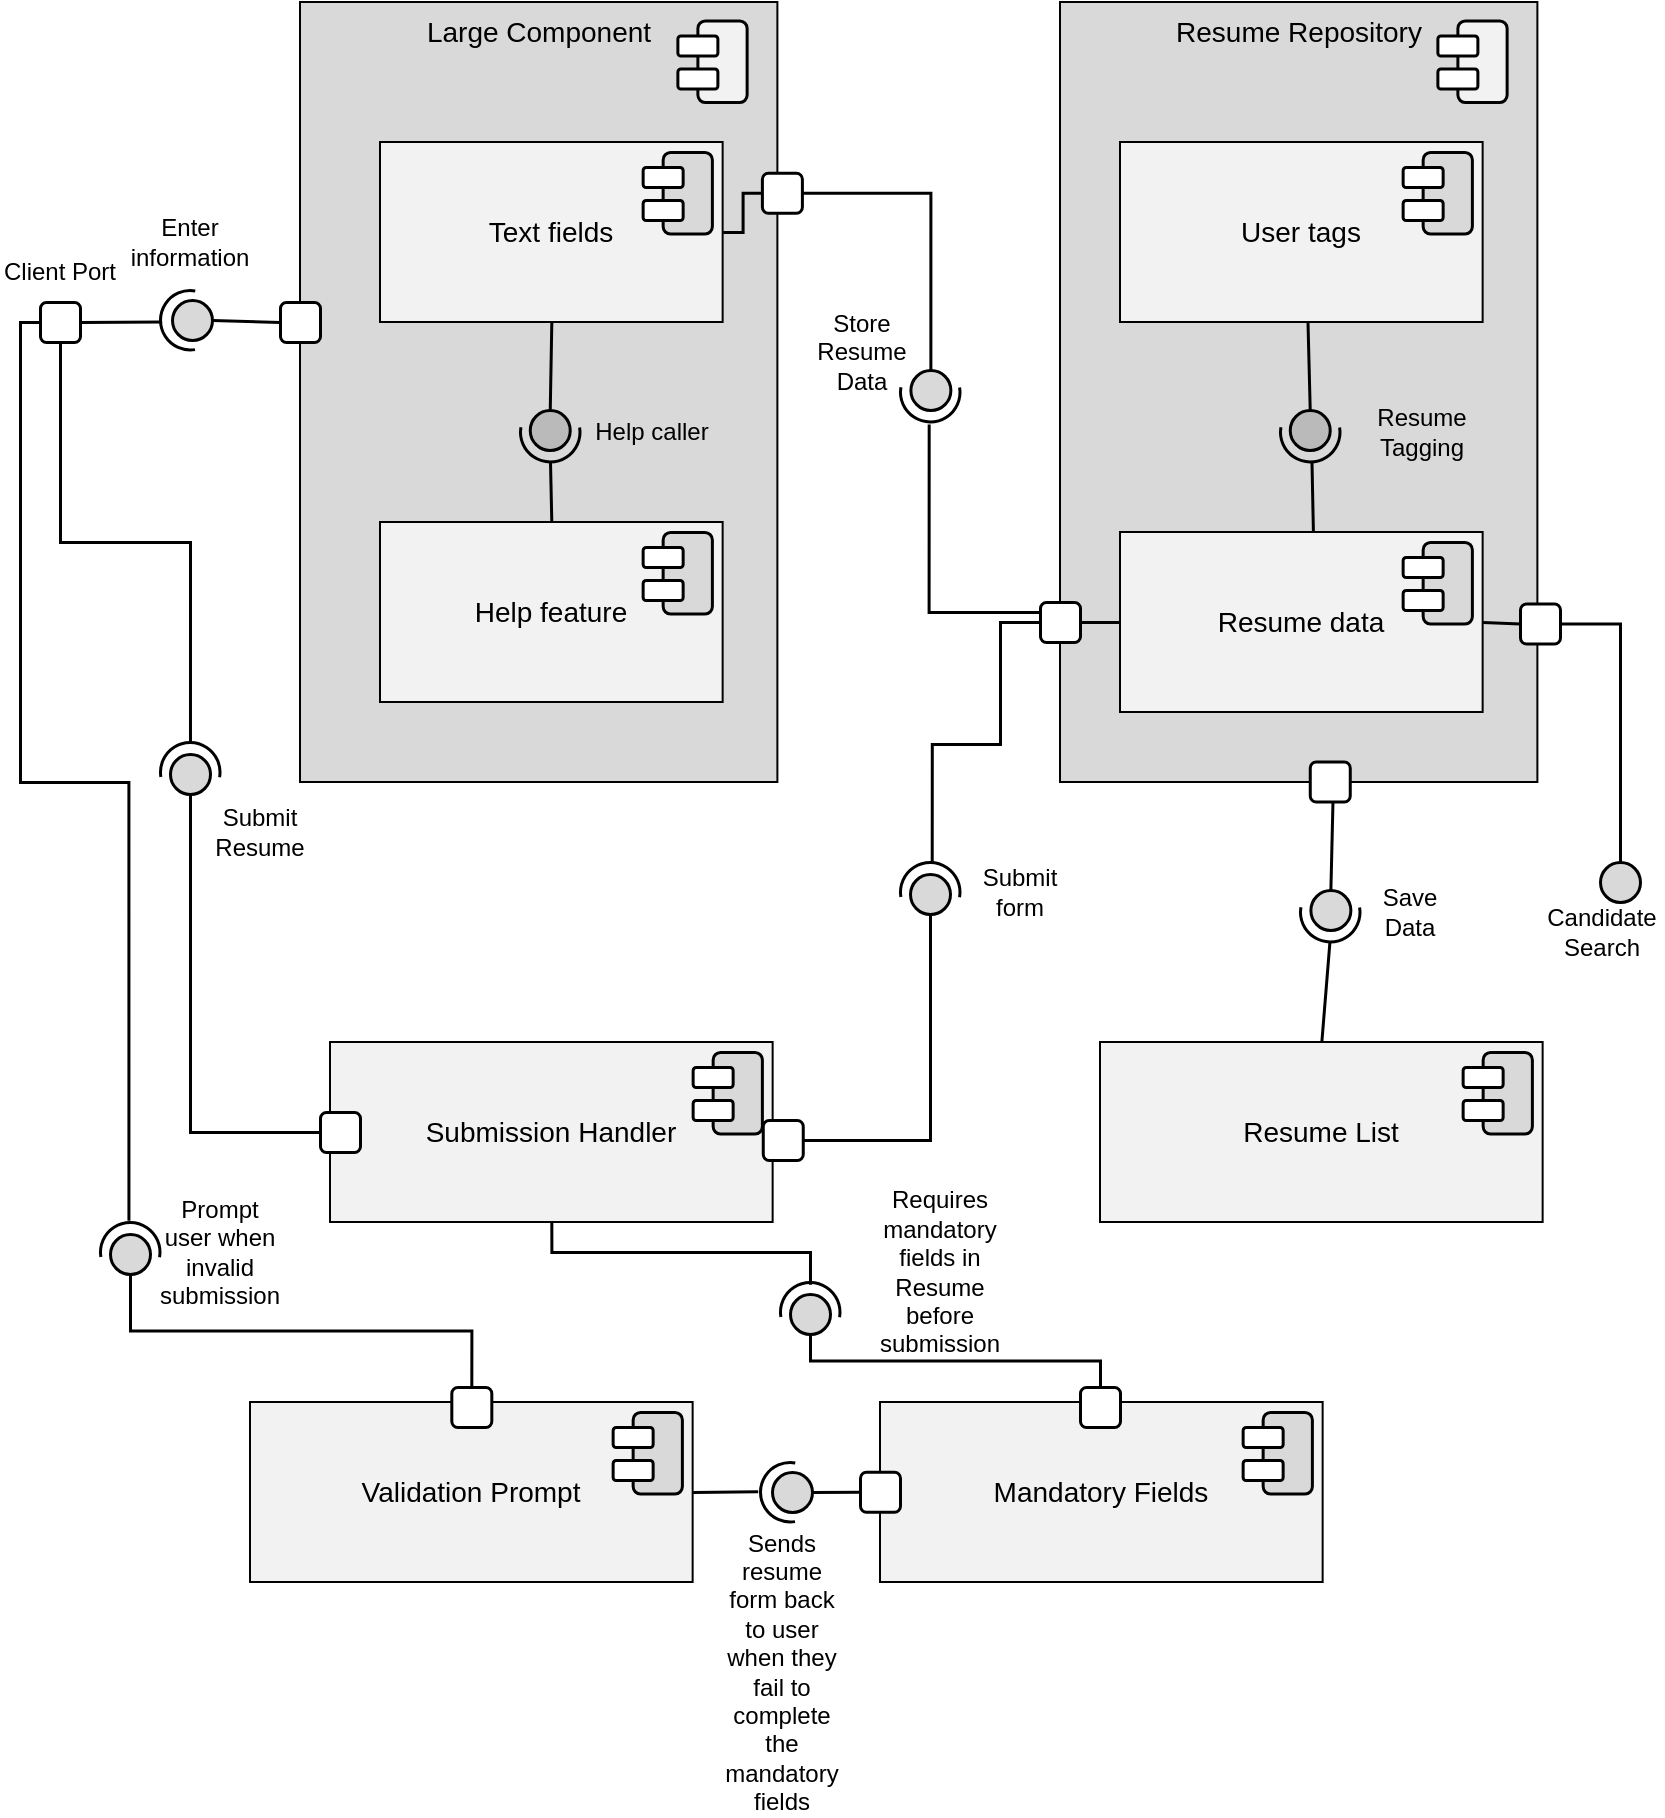
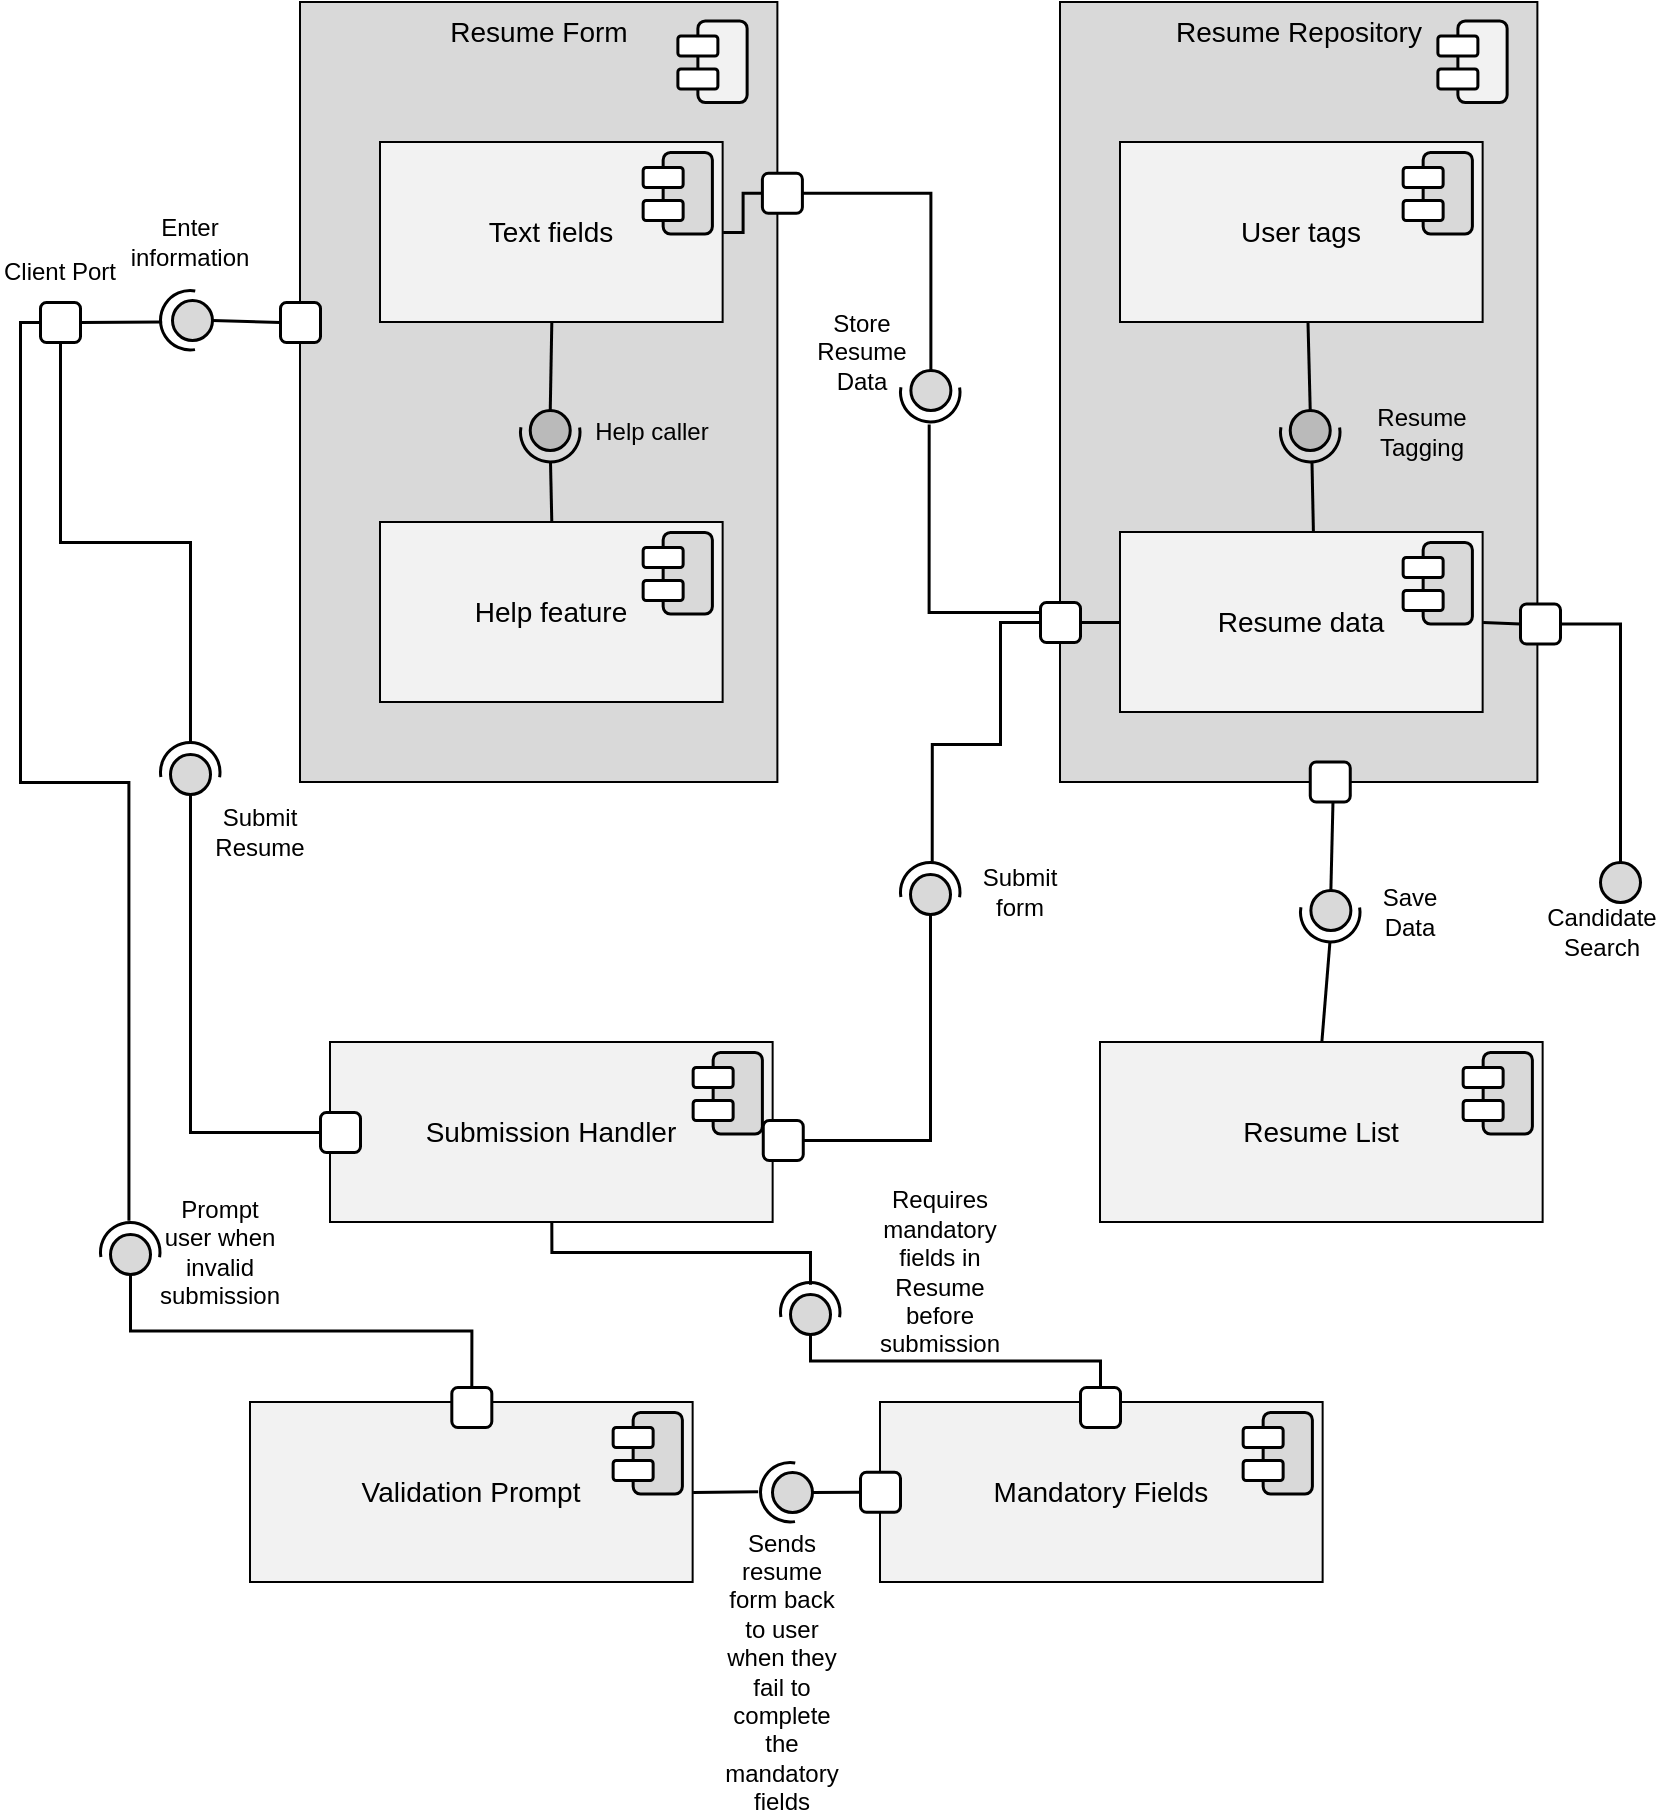
<mxfile host="app.diagrams.net">
  <diagram id="c1LMpkvrD27OmvZi3Pph" name="Resume v04">
-     <mxGraphModel dx="1542" dy="823" grid="1" gridSize="10" guides="1" tooltips="1" connect="1" arrows="1" fold="1" page="1" pageScale="1" pageWidth="850" pageHeight="1100" math="0" shadow="0">
+     <mxGraphModel dx="1542" dy="822" grid="1" gridSize="10" guides="1" tooltips="1" connect="1" arrows="1" fold="1" page="1" pageScale="1" pageWidth="850" pageHeight="1100" math="0" shadow="0">
      <root>
        <mxCell id="0" />
        <mxCell id="1" parent="0" />
-         <mxCell id="5U5C67nKqOTWsB8B-y2p-1" parent="1" style="rounded=0;whiteSpace=wrap;html=1;verticalAlign=top;labelBackgroundColor=none;fillColor=#D9D9D9;fontFamily=Arial;fontSize=14;" value="&lt;div&gt;&lt;font&gt;Large Component&lt;/font&gt;&lt;/div&gt;" vertex="1">
+         <mxCell id="5U5C67nKqOTWsB8B-y2p-1" parent="1" style="rounded=0;whiteSpace=wrap;html=1;verticalAlign=top;labelBackgroundColor=none;fillColor=#D9D9D9;fontFamily=Arial;fontSize=14;" value="Resume Form" vertex="1">
          <mxGeometry height="390" width="238.69" x="160" y="40" as="geometry" />
        </mxCell>
        <mxCell id="5U5C67nKqOTWsB8B-y2p-2" connectable="0" parent="1" style="group;rounded=1;" value="" vertex="1">
          <mxGeometry height="40.75" width="34.625" x="348.69000000000005" y="49.249999999999886" as="geometry" />
        </mxCell>
        <mxCell id="5U5C67nKqOTWsB8B-y2p-3" parent="5U5C67nKqOTWsB8B-y2p-2" style="rounded=1;whiteSpace=wrap;html=1;rotation=-90;strokeWidth=1.5;fillStyle=solid;fillColor=light-dark(#F2F2F2,#FFFFFF);" value="" vertex="1">
          <mxGeometry height="24.62" width="40.75" x="1.9399999999999977" y="8.064999999999998" as="geometry" />
        </mxCell>
        <mxCell id="5U5C67nKqOTWsB8B-y2p-4" parent="5U5C67nKqOTWsB8B-y2p-2" style="rounded=1;whiteSpace=wrap;html=1;strokeWidth=1.5;fillStyle=solid;fillColor=#FFFFFF;" value="" vertex="1">
          <mxGeometry height="10" width="20" y="7.4950000000000045" as="geometry" />
        </mxCell>
        <mxCell id="5U5C67nKqOTWsB8B-y2p-5" parent="5U5C67nKqOTWsB8B-y2p-2" style="rounded=1;whiteSpace=wrap;html=1;strokeWidth=1.5;fillStyle=solid;fillColor=#FFFFFF;" value="" vertex="1">
          <mxGeometry height="10" width="20" y="23.995000000000005" as="geometry" />
        </mxCell>
        <mxCell id="5U5C67nKqOTWsB8B-y2p-6" parent="1" style="rounded=0;whiteSpace=wrap;html=1;verticalAlign=top;labelBackgroundColor=none;fillColor=#D9D9D9;fontFamily=Arial;fontSize=14;" value="Resume Repository" vertex="1">
          <mxGeometry height="390" width="238.69" x="540" y="40" as="geometry" />
        </mxCell>
        <mxCell id="5U5C67nKqOTWsB8B-y2p-7" connectable="0" parent="1" style="group;rounded=1;" value="" vertex="1">
          <mxGeometry height="40.75" width="34.625" x="728.69" y="49.249999999999886" as="geometry" />
        </mxCell>
        <mxCell id="5U5C67nKqOTWsB8B-y2p-8" parent="5U5C67nKqOTWsB8B-y2p-7" style="rounded=1;whiteSpace=wrap;html=1;rotation=-90;strokeWidth=1.5;fillStyle=solid;fillColor=light-dark(#F2F2F2,#FFFFFF);" value="" vertex="1">
          <mxGeometry height="24.62" width="40.75" x="1.9399999999999977" y="8.064999999999998" as="geometry" />
        </mxCell>
        <mxCell id="5U5C67nKqOTWsB8B-y2p-9" parent="5U5C67nKqOTWsB8B-y2p-7" style="rounded=1;whiteSpace=wrap;html=1;strokeWidth=1.5;fillStyle=solid;fillColor=#FFFFFF;" value="" vertex="1">
          <mxGeometry height="10" width="20" y="7.4950000000000045" as="geometry" />
        </mxCell>
        <mxCell id="5U5C67nKqOTWsB8B-y2p-10" parent="5U5C67nKqOTWsB8B-y2p-7" style="rounded=1;whiteSpace=wrap;html=1;strokeWidth=1.5;fillStyle=solid;fillColor=#FFFFFF;" value="" vertex="1">
          <mxGeometry height="10" width="20" y="23.995000000000005" as="geometry" />
        </mxCell>
        <mxCell id="5U5C67nKqOTWsB8B-y2p-11" parent="1" style="rounded=0;whiteSpace=wrap;html=1;verticalAlign=middle;labelBackgroundColor=none;fillColor=#F2F2F2;fontFamily=Arial;fontSize=14;align=center;spacingLeft=0;" value="Text fields" vertex="1">
          <mxGeometry height="90" width="171.32" x="200" y="110" as="geometry" />
        </mxCell>
        <mxCell id="5U5C67nKqOTWsB8B-y2p-12" connectable="0" parent="1" style="group;rounded=1;" value="" vertex="1">
          <mxGeometry height="40.75" width="34.62500000000006" x="331.31999999999994" y="115" as="geometry" />
        </mxCell>
        <mxCell id="5U5C67nKqOTWsB8B-y2p-13" parent="5U5C67nKqOTWsB8B-y2p-12" style="rounded=1;whiteSpace=wrap;html=1;rotation=-90;strokeWidth=1.5;fillStyle=solid;fillColor=light-dark(#D9D9D9,#FFFFFF);" value="" vertex="1">
          <mxGeometry height="24.62" width="40.75" x="1.9399999999999977" y="8.065000000000055" as="geometry" />
        </mxCell>
        <mxCell id="5U5C67nKqOTWsB8B-y2p-14" parent="5U5C67nKqOTWsB8B-y2p-12" style="rounded=1;whiteSpace=wrap;html=1;strokeWidth=1.5;fillStyle=solid;fillColor=#FFFFFF;" value="" vertex="1">
          <mxGeometry height="10" width="20" y="7.4950000000000045" as="geometry" />
        </mxCell>
        <mxCell id="5U5C67nKqOTWsB8B-y2p-15" parent="5U5C67nKqOTWsB8B-y2p-12" style="rounded=1;whiteSpace=wrap;html=1;strokeWidth=1.5;fillStyle=solid;fillColor=#FFFFFF;" value="" vertex="1">
          <mxGeometry height="10" width="20" y="23.995000000000005" as="geometry" />
        </mxCell>
        <mxCell id="5U5C67nKqOTWsB8B-y2p-16" parent="1" style="rounded=0;whiteSpace=wrap;html=1;verticalAlign=middle;labelBackgroundColor=none;fillColor=#F2F2F2;fontFamily=Arial;fontSize=14;align=center;spacingLeft=0;" value="Help feature" vertex="1">
          <mxGeometry height="90" width="171.32" x="200" y="300" as="geometry" />
        </mxCell>
        <mxCell id="5U5C67nKqOTWsB8B-y2p-17" connectable="0" parent="1" style="group;rounded=1;" value="" vertex="1">
          <mxGeometry height="40.75" width="34.62500000000006" x="331.31999999999994" y="305" as="geometry" />
        </mxCell>
        <mxCell id="5U5C67nKqOTWsB8B-y2p-18" parent="5U5C67nKqOTWsB8B-y2p-17" style="rounded=1;whiteSpace=wrap;html=1;rotation=-90;strokeWidth=1.5;fillStyle=solid;fillColor=light-dark(#D9D9D9,#FFFFFF);" value="" vertex="1">
          <mxGeometry height="24.62" width="40.75" x="1.9399999999999977" y="8.065000000000055" as="geometry" />
        </mxCell>
        <mxCell id="5U5C67nKqOTWsB8B-y2p-19" parent="5U5C67nKqOTWsB8B-y2p-17" style="rounded=1;whiteSpace=wrap;html=1;strokeWidth=1.5;fillStyle=solid;fillColor=#FFFFFF;" value="" vertex="1">
          <mxGeometry height="10" width="20" y="7.4950000000000045" as="geometry" />
        </mxCell>
        <mxCell id="5U5C67nKqOTWsB8B-y2p-20" parent="5U5C67nKqOTWsB8B-y2p-17" style="rounded=1;whiteSpace=wrap;html=1;strokeWidth=1.5;fillStyle=solid;fillColor=#FFFFFF;" value="" vertex="1">
          <mxGeometry height="10" width="20" y="23.995000000000005" as="geometry" />
        </mxCell>
        <mxCell id="5U5C67nKqOTWsB8B-y2p-21" parent="1" style="rounded=0;whiteSpace=wrap;html=1;verticalAlign=middle;labelBackgroundColor=none;fillColor=#F2F2F2;fontFamily=Arial;fontSize=14;align=center;spacingLeft=0;" value="User tags" vertex="1">
          <mxGeometry height="90" width="181.32" x="570" y="110" as="geometry" />
        </mxCell>
        <mxCell id="5U5C67nKqOTWsB8B-y2p-22" connectable="0" parent="1" style="group;rounded=1;" value="" vertex="1">
          <mxGeometry height="40.75" width="34.62500000000006" x="711.3199999999999" y="115" as="geometry" />
        </mxCell>
        <mxCell id="5U5C67nKqOTWsB8B-y2p-23" parent="5U5C67nKqOTWsB8B-y2p-22" style="rounded=1;whiteSpace=wrap;html=1;rotation=-90;strokeWidth=1.5;fillStyle=solid;fillColor=light-dark(#D9D9D9,#FFFFFF);" value="" vertex="1">
          <mxGeometry height="24.62" width="40.75" x="1.9399999999999977" y="8.065000000000055" as="geometry" />
        </mxCell>
        <mxCell id="5U5C67nKqOTWsB8B-y2p-24" parent="5U5C67nKqOTWsB8B-y2p-22" style="rounded=1;whiteSpace=wrap;html=1;strokeWidth=1.5;fillStyle=solid;fillColor=#FFFFFF;" value="" vertex="1">
          <mxGeometry height="10" width="20" y="7.4950000000000045" as="geometry" />
        </mxCell>
        <mxCell id="5U5C67nKqOTWsB8B-y2p-25" parent="5U5C67nKqOTWsB8B-y2p-22" style="rounded=1;whiteSpace=wrap;html=1;strokeWidth=1.5;fillStyle=solid;fillColor=#FFFFFF;" value="" vertex="1">
          <mxGeometry height="10" width="20" y="23.995000000000005" as="geometry" />
        </mxCell>
        <mxCell id="5U5C67nKqOTWsB8B-y2p-26" parent="1" style="rounded=0;whiteSpace=wrap;html=1;verticalAlign=middle;labelBackgroundColor=none;fillColor=#F2F2F2;fontFamily=Arial;fontSize=14;align=center;spacingLeft=0;" value="Resume data" vertex="1">
          <mxGeometry height="90" width="181.32" x="570" y="305" as="geometry" />
        </mxCell>
        <mxCell id="5U5C67nKqOTWsB8B-y2p-27" connectable="0" parent="1" style="group;rounded=1;" value="" vertex="1">
          <mxGeometry height="40.75" width="34.62500000000006" x="711.3199999999999" y="310" as="geometry" />
        </mxCell>
        <mxCell id="5U5C67nKqOTWsB8B-y2p-28" parent="5U5C67nKqOTWsB8B-y2p-27" style="rounded=1;whiteSpace=wrap;html=1;rotation=-90;strokeWidth=1.5;fillStyle=solid;fillColor=light-dark(#D9D9D9,#FFFFFF);" value="" vertex="1">
          <mxGeometry height="24.62" width="40.75" x="1.9399999999999977" y="8.065000000000055" as="geometry" />
        </mxCell>
        <mxCell id="5U5C67nKqOTWsB8B-y2p-29" parent="5U5C67nKqOTWsB8B-y2p-27" style="rounded=1;whiteSpace=wrap;html=1;strokeWidth=1.5;fillStyle=solid;fillColor=#FFFFFF;" value="" vertex="1">
          <mxGeometry height="10" width="20" y="7.4950000000000045" as="geometry" />
        </mxCell>
        <mxCell id="5U5C67nKqOTWsB8B-y2p-30" parent="5U5C67nKqOTWsB8B-y2p-27" style="rounded=1;whiteSpace=wrap;html=1;strokeWidth=1.5;fillStyle=solid;fillColor=#FFFFFF;" value="" vertex="1">
          <mxGeometry height="10" width="20" y="23.995000000000005" as="geometry" />
        </mxCell>
        <mxCell id="5U5C67nKqOTWsB8B-y2p-31" parent="1" style="rounded=0;whiteSpace=wrap;html=1;verticalAlign=middle;labelBackgroundColor=none;fillColor=#F2F2F2;fontFamily=Arial;fontSize=14;align=center;spacingLeft=0;" value="Resume List" vertex="1">
          <mxGeometry height="90" width="221.32" x="560" y="560" as="geometry" />
        </mxCell>
        <mxCell id="5U5C67nKqOTWsB8B-y2p-32" connectable="0" parent="1" style="group;rounded=1;" value="" vertex="1">
          <mxGeometry height="40.75" width="34.62500000000006" x="741.3199999999999" y="565" as="geometry" />
        </mxCell>
        <mxCell id="5U5C67nKqOTWsB8B-y2p-33" parent="5U5C67nKqOTWsB8B-y2p-32" style="rounded=1;whiteSpace=wrap;html=1;rotation=-90;strokeWidth=1.5;fillStyle=solid;fillColor=light-dark(#D9D9D9,#FFFFFF);" value="" vertex="1">
          <mxGeometry height="24.62" width="40.75" x="1.9399999999999977" y="8.065000000000055" as="geometry" />
        </mxCell>
        <mxCell id="5U5C67nKqOTWsB8B-y2p-34" parent="5U5C67nKqOTWsB8B-y2p-32" style="rounded=1;whiteSpace=wrap;html=1;strokeWidth=1.5;fillStyle=solid;fillColor=#FFFFFF;" value="" vertex="1">
          <mxGeometry height="10" width="20" y="7.4950000000000045" as="geometry" />
        </mxCell>
        <mxCell id="5U5C67nKqOTWsB8B-y2p-35" parent="5U5C67nKqOTWsB8B-y2p-32" style="rounded=1;whiteSpace=wrap;html=1;strokeWidth=1.5;fillStyle=solid;fillColor=#FFFFFF;" value="" vertex="1">
          <mxGeometry height="10" width="20" y="23.995000000000005" as="geometry" />
        </mxCell>
        <mxCell id="5U5C67nKqOTWsB8B-y2p-36" parent="1" style="rounded=0;whiteSpace=wrap;html=1;verticalAlign=middle;labelBackgroundColor=none;fillColor=#F2F2F2;fontFamily=Arial;fontSize=14;align=center;spacingLeft=0;" value="Submission Handler" vertex="1">
          <mxGeometry height="90" width="221.32" x="175" y="560" as="geometry" />
        </mxCell>
        <mxCell id="5U5C67nKqOTWsB8B-y2p-37" connectable="0" parent="1" style="group;rounded=1;" value="" vertex="1">
          <mxGeometry height="40.75" width="34.62500000000006" x="356.31999999999994" y="565" as="geometry" />
        </mxCell>
        <mxCell id="5U5C67nKqOTWsB8B-y2p-38" parent="5U5C67nKqOTWsB8B-y2p-37" style="rounded=1;whiteSpace=wrap;html=1;rotation=-90;strokeWidth=1.5;fillStyle=solid;fillColor=light-dark(#D9D9D9,#FFFFFF);" value="" vertex="1">
          <mxGeometry height="24.62" width="40.75" x="1.9399999999999977" y="8.065000000000055" as="geometry" />
        </mxCell>
        <mxCell id="5U5C67nKqOTWsB8B-y2p-39" parent="5U5C67nKqOTWsB8B-y2p-37" style="rounded=1;whiteSpace=wrap;html=1;strokeWidth=1.5;fillStyle=solid;fillColor=#FFFFFF;" value="" vertex="1">
          <mxGeometry height="10" width="20" y="7.4950000000000045" as="geometry" />
        </mxCell>
        <mxCell id="5U5C67nKqOTWsB8B-y2p-40" parent="5U5C67nKqOTWsB8B-y2p-37" style="rounded=1;whiteSpace=wrap;html=1;strokeWidth=1.5;fillStyle=solid;fillColor=#FFFFFF;" value="" vertex="1">
          <mxGeometry height="10" width="20" y="23.995000000000005" as="geometry" />
        </mxCell>
        <mxCell id="5U5C67nKqOTWsB8B-y2p-41" parent="1" style="rounded=0;whiteSpace=wrap;html=1;verticalAlign=middle;labelBackgroundColor=none;fillColor=#F2F2F2;fontFamily=Arial;fontSize=14;align=center;spacingLeft=0;" value="Mandatory Fields" vertex="1">
          <mxGeometry height="90" width="221.32" x="450" y="740" as="geometry" />
        </mxCell>
        <mxCell id="5U5C67nKqOTWsB8B-y2p-42" connectable="0" parent="1" style="group;rounded=1;" value="" vertex="1">
          <mxGeometry height="40.75" width="34.62500000000006" x="631.3199999999999" y="745" as="geometry" />
        </mxCell>
        <mxCell id="5U5C67nKqOTWsB8B-y2p-43" parent="5U5C67nKqOTWsB8B-y2p-42" style="rounded=1;whiteSpace=wrap;html=1;rotation=-90;strokeWidth=1.5;fillStyle=solid;fillColor=light-dark(#D9D9D9,#FFFFFF);" value="" vertex="1">
          <mxGeometry height="24.62" width="40.75" x="1.9399999999999977" y="8.065000000000055" as="geometry" />
        </mxCell>
        <mxCell id="5U5C67nKqOTWsB8B-y2p-44" parent="5U5C67nKqOTWsB8B-y2p-42" style="rounded=1;whiteSpace=wrap;html=1;strokeWidth=1.5;fillStyle=solid;fillColor=#FFFFFF;" value="" vertex="1">
          <mxGeometry height="10" width="20" y="7.4950000000000045" as="geometry" />
        </mxCell>
        <mxCell id="5U5C67nKqOTWsB8B-y2p-45" parent="5U5C67nKqOTWsB8B-y2p-42" style="rounded=1;whiteSpace=wrap;html=1;strokeWidth=1.5;fillStyle=solid;fillColor=#FFFFFF;" value="" vertex="1">
          <mxGeometry height="10" width="20" y="23.995000000000005" as="geometry" />
        </mxCell>
        <mxCell id="5U5C67nKqOTWsB8B-y2p-46" parent="1" style="rounded=0;whiteSpace=wrap;html=1;verticalAlign=middle;labelBackgroundColor=none;fillColor=#F2F2F2;fontFamily=Arial;fontSize=14;align=center;spacingLeft=0;" value="Validation Prompt" vertex="1">
          <mxGeometry height="90" width="221.32" x="135" y="740" as="geometry" />
        </mxCell>
        <mxCell id="5U5C67nKqOTWsB8B-y2p-47" connectable="0" parent="1" style="group;rounded=1;" value="" vertex="1">
          <mxGeometry height="40.75" width="34.62500000000006" x="316.31999999999994" y="745" as="geometry" />
        </mxCell>
        <mxCell id="5U5C67nKqOTWsB8B-y2p-48" parent="5U5C67nKqOTWsB8B-y2p-47" style="rounded=1;whiteSpace=wrap;html=1;rotation=-90;strokeWidth=1.5;fillStyle=solid;fillColor=light-dark(#D9D9D9,#FFFFFF);" value="" vertex="1">
          <mxGeometry height="24.62" width="40.75" x="1.9399999999999977" y="8.065000000000055" as="geometry" />
        </mxCell>
        <mxCell id="5U5C67nKqOTWsB8B-y2p-49" parent="5U5C67nKqOTWsB8B-y2p-47" style="rounded=1;whiteSpace=wrap;html=1;strokeWidth=1.5;fillStyle=solid;fillColor=#FFFFFF;" value="" vertex="1">
          <mxGeometry height="10" width="20" y="7.4950000000000045" as="geometry" />
        </mxCell>
        <mxCell id="5U5C67nKqOTWsB8B-y2p-50" parent="5U5C67nKqOTWsB8B-y2p-47" style="rounded=1;whiteSpace=wrap;html=1;strokeWidth=1.5;fillStyle=solid;fillColor=#FFFFFF;" value="" vertex="1">
          <mxGeometry height="10" width="20" y="23.995000000000005" as="geometry" />
        </mxCell>
        <mxCell id="5U5C67nKqOTWsB8B-y2p-51" parent="1" style="whiteSpace=wrap;html=1;aspect=fixed;strokeWidth=1.5;fillColor=#FFFFFF;rounded=1;" value="" vertex="1">
          <mxGeometry height="20" width="20" x="30" y="190" as="geometry" />
        </mxCell>
        <mxCell id="5U5C67nKqOTWsB8B-y2p-52" parent="1" style="whiteSpace=wrap;html=1;aspect=fixed;strokeWidth=1.5;fillColor=#FFFFFF;rounded=1;" value="" vertex="1">
          <mxGeometry height="20" width="20" x="150" y="190" as="geometry" />
        </mxCell>
        <mxCell id="5U5C67nKqOTWsB8B-y2p-54" connectable="0" parent="1" style="group;rotation=90;" value="" vertex="1">
          <mxGeometry height="29.75" width="29.75" x="90.00000000000011" y="184" as="geometry" />
        </mxCell>
        <mxCell id="5U5C67nKqOTWsB8B-y2p-55" parent="5U5C67nKqOTWsB8B-y2p-54" style="ellipse;whiteSpace=wrap;html=1;aspect=fixed;strokeWidth=1.5;fillStyle=solid;fillColor=#D9D9D9;rounded=1;rotation=90;" value="" vertex="1">
          <mxGeometry height="20" width="20" x="6" y="5" as="geometry" />
        </mxCell>
        <mxCell id="5U5C67nKqOTWsB8B-y2p-56" parent="5U5C67nKqOTWsB8B-y2p-54" style="verticalLabelPosition=bottom;verticalAlign=top;html=1;shape=mxgraph.basic.arc;startAngle=0.22449849456214957;endAngle=0.7768001258780505;rounded=1;strokeWidth=1.5;snapToPoint=1;rotation=90;" value="" vertex="1">
          <mxGeometry height="29.75" width="29.75" as="geometry" />
        </mxCell>
        <mxCell id="5U5C67nKqOTWsB8B-y2p-57" edge="1" parent="1" source="5U5C67nKqOTWsB8B-y2p-55" style="endArrow=none;html=1;rounded=0;fontSize=1.5;strokeWidth=1.5;entryX=0;entryY=0.5;entryDx=0;entryDy=0;exitX=0.5;exitY=0;exitDx=0;exitDy=0;" target="5U5C67nKqOTWsB8B-y2p-52" value="">
          <mxGeometry height="50" relative="1" width="50" as="geometry">
            <mxPoint x="390" y="439.75" as="sourcePoint" />
            <mxPoint x="470" y="370" as="targetPoint" />
          </mxGeometry>
        </mxCell>
        <mxCell id="5U5C67nKqOTWsB8B-y2p-58" edge="1" parent="1" source="5U5C67nKqOTWsB8B-y2p-51" style="endArrow=none;html=1;rounded=0;fontSize=1.5;strokeWidth=1.5;entryX=0.531;entryY=0.973;entryDx=0;entryDy=0;entryPerimeter=0;exitX=1;exitY=0.5;exitDx=0;exitDy=0;" target="5U5C67nKqOTWsB8B-y2p-56" value="">
          <mxGeometry height="50" relative="1" width="50" as="geometry">
            <mxPoint x="390" y="439.75" as="sourcePoint" />
            <mxPoint x="470" y="370" as="targetPoint" />
          </mxGeometry>
        </mxCell>
        <mxCell id="5U5C67nKqOTWsB8B-y2p-59" connectable="0" parent="1" style="group" value="" vertex="1">
          <mxGeometry height="29.75" width="29.75" x="270" y="240" as="geometry" />
        </mxCell>
        <mxCell id="5U5C67nKqOTWsB8B-y2p-60" parent="5U5C67nKqOTWsB8B-y2p-59" style="ellipse;whiteSpace=wrap;html=1;aspect=fixed;strokeWidth=1.5;fillStyle=solid;fillColor=#BABABA;rounded=1;" value="" vertex="1">
          <mxGeometry height="20" width="20" x="4.869999999999891" y="4" as="geometry" />
        </mxCell>
        <mxCell id="5U5C67nKqOTWsB8B-y2p-61" parent="5U5C67nKqOTWsB8B-y2p-59" style="verticalLabelPosition=bottom;verticalAlign=top;html=1;shape=mxgraph.basic.arc;startAngle=0.22449849456214957;endAngle=0.7768001258780505;rounded=1;strokeWidth=1.5;snapToPoint=1;" value="" vertex="1">
          <mxGeometry height="29.75" width="29.75" as="geometry" />
        </mxCell>
        <mxCell id="5U5C67nKqOTWsB8B-y2p-62" edge="1" parent="1" source="5U5C67nKqOTWsB8B-y2p-11" style="endArrow=none;html=1;rounded=0;fontSize=1.5;strokeWidth=1.5;entryX=0.5;entryY=0;entryDx=0;entryDy=0;exitX=0.5;exitY=1;exitDx=0;exitDy=0;" target="5U5C67nKqOTWsB8B-y2p-60" value="">
          <mxGeometry height="50" relative="1" width="50" as="geometry">
            <mxPoint x="390" y="439.75" as="sourcePoint" />
            <mxPoint x="470" y="370" as="targetPoint" />
          </mxGeometry>
        </mxCell>
        <mxCell id="5U5C67nKqOTWsB8B-y2p-63" edge="1" parent="1" source="5U5C67nKqOTWsB8B-y2p-16" style="endArrow=none;html=1;rounded=0;fontSize=1.5;strokeWidth=1.5;exitX=0.5;exitY=0;exitDx=0;exitDy=0;" value="">
          <mxGeometry height="50" relative="1" width="50" as="geometry">
            <mxPoint x="390" y="439.75" as="sourcePoint" />
            <mxPoint x="285" y="270" as="targetPoint" />
          </mxGeometry>
        </mxCell>
        <mxCell id="5U5C67nKqOTWsB8B-y2p-64" connectable="0" parent="1" style="group" value="" vertex="1">
          <mxGeometry height="29.75" width="29.75" x="650" y="240" as="geometry" />
        </mxCell>
        <mxCell id="5U5C67nKqOTWsB8B-y2p-65" parent="5U5C67nKqOTWsB8B-y2p-64" style="ellipse;whiteSpace=wrap;html=1;aspect=fixed;strokeWidth=1.5;fillStyle=solid;fillColor=#BABABA;rounded=1;" value="" vertex="1">
          <mxGeometry height="20" width="20" x="4.869999999999891" y="4" as="geometry" />
        </mxCell>
        <mxCell id="5U5C67nKqOTWsB8B-y2p-66" parent="5U5C67nKqOTWsB8B-y2p-64" style="verticalLabelPosition=bottom;verticalAlign=top;html=1;shape=mxgraph.basic.arc;startAngle=0.22449849456214957;endAngle=0.7768001258780505;rounded=1;strokeWidth=1.5;snapToPoint=1;" value="" vertex="1">
          <mxGeometry height="29.75" width="29.75" as="geometry" />
        </mxCell>
        <mxCell id="5U5C67nKqOTWsB8B-y2p-67" edge="1" parent="1" source="5U5C67nKqOTWsB8B-y2p-21" style="endArrow=none;html=1;rounded=0;fontSize=1.5;strokeWidth=1.5;entryX=0.5;entryY=0;entryDx=0;entryDy=0;exitX=0.517;exitY=0.997;exitDx=0;exitDy=0;exitPerimeter=0;" target="5U5C67nKqOTWsB8B-y2p-65" value="">
          <mxGeometry height="50" relative="1" width="50" as="geometry">
            <mxPoint x="70" y="379.75" as="sourcePoint" />
            <mxPoint x="150" y="310" as="targetPoint" />
          </mxGeometry>
        </mxCell>
        <mxCell id="5U5C67nKqOTWsB8B-y2p-68" edge="1" parent="1" source="5U5C67nKqOTWsB8B-y2p-26" style="endArrow=none;html=1;rounded=0;fontSize=1.5;strokeWidth=1.5;entryX=0.529;entryY=0.993;entryDx=0;entryDy=0;entryPerimeter=0;exitX=0.532;exitY=0.001;exitDx=0;exitDy=0;exitPerimeter=0;" target="5U5C67nKqOTWsB8B-y2p-66" value="">
          <mxGeometry height="50" relative="1" width="50" as="geometry">
            <mxPoint x="480" y="309.75" as="sourcePoint" />
            <mxPoint x="560" y="240" as="targetPoint" />
          </mxGeometry>
        </mxCell>
        <mxCell id="5U5C67nKqOTWsB8B-y2p-69" parent="1" style="text;html=1;whiteSpace=wrap;strokeColor=none;fillColor=none;align=center;verticalAlign=middle;rounded=0;fontFamily=Arial;" value="Help caller" vertex="1">
          <mxGeometry height="30" width="60" x="305.94000000000005" y="239.75" as="geometry" />
        </mxCell>
        <mxCell id="5U5C67nKqOTWsB8B-y2p-70" parent="1" style="text;html=1;whiteSpace=wrap;strokeColor=none;fillColor=none;align=center;verticalAlign=middle;rounded=0;fontFamily=Arial;" value="Resume Tagging" vertex="1">
          <mxGeometry height="30" width="60" x="691.32" y="239.75" as="geometry" />
        </mxCell>
        <mxCell id="5U5C67nKqOTWsB8B-y2p-71" connectable="0" parent="1" style="group" value="" vertex="1">
          <mxGeometry height="29.75" width="29.75" x="460.0000000000001" y="220" as="geometry" />
        </mxCell>
        <mxCell id="5U5C67nKqOTWsB8B-y2p-72" parent="5U5C67nKqOTWsB8B-y2p-71" style="ellipse;whiteSpace=wrap;html=1;aspect=fixed;strokeWidth=1.5;fillStyle=solid;fillColor=#D9D9D9;rounded=1;" value="" vertex="1">
          <mxGeometry height="20" width="20" x="5.189999999999998" y="4" as="geometry" />
        </mxCell>
        <mxCell id="5U5C67nKqOTWsB8B-y2p-73" parent="5U5C67nKqOTWsB8B-y2p-71" style="verticalLabelPosition=bottom;verticalAlign=top;html=1;shape=mxgraph.basic.arc;startAngle=0.22449849456214957;endAngle=0.7768001258780505;rounded=1;strokeWidth=1.5;snapToPoint=1;" value="" vertex="1">
          <mxGeometry height="29.75" width="29.75" as="geometry" />
        </mxCell>
        <mxCell id="5U5C67nKqOTWsB8B-y2p-75" parent="1" style="whiteSpace=wrap;html=1;aspect=fixed;strokeWidth=1.5;fillColor=#FFFFFF;rounded=1;" value="" vertex="1">
          <mxGeometry height="20" width="20" x="390.95" y="125.37" as="geometry" />
        </mxCell>
        <mxCell id="5U5C67nKqOTWsB8B-y2p-76" edge="1" parent="1" source="5U5C67nKqOTWsB8B-y2p-72" style="endArrow=none;html=1;rounded=0;fontSize=1.5;strokeWidth=1.5;exitX=0.5;exitY=0;exitDx=0;exitDy=0;entryX=1;entryY=0.5;entryDx=0;entryDy=0;edgeStyle=orthogonalEdgeStyle;" target="5U5C67nKqOTWsB8B-y2p-75" value="">
          <mxGeometry height="50" relative="1" width="50" as="geometry">
            <mxPoint x="580" y="259.75" as="sourcePoint" />
            <mxPoint x="660" y="190" as="targetPoint" />
          </mxGeometry>
        </mxCell>
        <mxCell id="5U5C67nKqOTWsB8B-y2p-77" edge="1" parent="1" source="5U5C67nKqOTWsB8B-y2p-11" style="endArrow=none;html=1;rounded=0;fontSize=1.5;strokeWidth=1.5;entryX=0;entryY=0.5;entryDx=0;entryDy=0;exitX=1;exitY=0.5;exitDx=0;exitDy=0;edgeStyle=orthogonalEdgeStyle;" target="5U5C67nKqOTWsB8B-y2p-75" value="">
          <mxGeometry height="50" relative="1" width="50" as="geometry">
            <mxPoint x="580" y="259.75" as="sourcePoint" />
            <mxPoint x="660" y="190" as="targetPoint" />
          </mxGeometry>
        </mxCell>
        <mxCell id="5U5C67nKqOTWsB8B-y2p-78" parent="1" style="whiteSpace=wrap;html=1;aspect=fixed;strokeWidth=1.5;fillColor=#FFFFFF;rounded=1;" value="" vertex="1">
          <mxGeometry height="20" width="20" x="530" y="340" as="geometry" />
        </mxCell>
        <mxCell id="5U5C67nKqOTWsB8B-y2p-79" edge="1" parent="1" source="5U5C67nKqOTWsB8B-y2p-78" style="endArrow=none;html=1;rounded=0;fontSize=1.5;strokeWidth=1.5;entryX=0.482;entryY=1.042;entryDx=0;entryDy=0;entryPerimeter=0;exitX=0;exitY=0.25;exitDx=0;exitDy=0;edgeStyle=orthogonalEdgeStyle;" target="5U5C67nKqOTWsB8B-y2p-73" value="">
          <mxGeometry height="50" relative="1" width="50" as="geometry">
            <mxPoint x="710" y="249.75" as="sourcePoint" />
            <mxPoint x="790" y="180" as="targetPoint" />
          </mxGeometry>
        </mxCell>
        <mxCell id="5U5C67nKqOTWsB8B-y2p-80" edge="1" parent="1" source="5U5C67nKqOTWsB8B-y2p-78" style="endArrow=none;html=1;rounded=0;fontSize=1.5;strokeWidth=1.5;exitX=1;exitY=0.5;exitDx=0;exitDy=0;entryX=0;entryY=0.5;entryDx=0;entryDy=0;" target="5U5C67nKqOTWsB8B-y2p-26" value="">
          <mxGeometry height="50" relative="1" width="50" as="geometry">
            <mxPoint x="710" y="249.75" as="sourcePoint" />
            <mxPoint x="790" y="180" as="targetPoint" />
          </mxGeometry>
        </mxCell>
        <mxCell id="5U5C67nKqOTWsB8B-y2p-81" parent="1" style="text;html=1;whiteSpace=wrap;strokeColor=none;fillColor=none;align=center;verticalAlign=middle;rounded=0;fontFamily=Arial;" value="&lt;div&gt;Store&lt;/div&gt;&lt;div&gt;Resume&lt;/div&gt;&lt;div&gt;Data&lt;/div&gt;" vertex="1">
          <mxGeometry height="30" width="60" x="410.95" y="200" as="geometry" />
        </mxCell>
        <mxCell id="5U5C67nKqOTWsB8B-y2p-82" connectable="0" parent="1" style="group;rotation=-180;" value="" vertex="1">
          <mxGeometry height="29.75" width="29.75" x="460.0000000000001" y="470" as="geometry" />
        </mxCell>
        <mxCell id="5U5C67nKqOTWsB8B-y2p-83" parent="5U5C67nKqOTWsB8B-y2p-82" style="ellipse;whiteSpace=wrap;html=1;aspect=fixed;strokeWidth=1.5;fillStyle=solid;fillColor=#D9D9D9;rounded=1;rotation=-180;" value="" vertex="1">
          <mxGeometry height="20" width="20" x="5" y="6" as="geometry" />
        </mxCell>
        <mxCell id="5U5C67nKqOTWsB8B-y2p-84" parent="5U5C67nKqOTWsB8B-y2p-82" style="verticalLabelPosition=bottom;verticalAlign=top;html=1;shape=mxgraph.basic.arc;startAngle=0.22449849456214957;endAngle=0.7768001258780505;rounded=1;strokeWidth=1.5;snapToPoint=1;rotation=-180;" value="" vertex="1">
          <mxGeometry height="29.75" width="29.75" as="geometry" />
        </mxCell>
        <mxCell id="5U5C67nKqOTWsB8B-y2p-85" edge="1" parent="1" source="5U5C67nKqOTWsB8B-y2p-115" style="endArrow=none;html=1;rounded=0;fontSize=1.5;strokeWidth=1.5;entryX=0.5;entryY=0;entryDx=0;entryDy=0;exitX=1;exitY=0.5;exitDx=0;exitDy=0;edgeStyle=orthogonalEdgeStyle;" target="5U5C67nKqOTWsB8B-y2p-83" value="">
          <mxGeometry height="50" relative="1" width="50" as="geometry">
            <mxPoint x="420" y="610" as="sourcePoint" />
            <mxPoint x="620" y="320" as="targetPoint" />
          </mxGeometry>
        </mxCell>
        <mxCell id="5U5C67nKqOTWsB8B-y2p-86" connectable="0" parent="1" style="group" value="" vertex="1">
          <mxGeometry height="29.75" width="29.75" x="660.0000000000001" y="480" as="geometry" />
        </mxCell>
        <mxCell id="5U5C67nKqOTWsB8B-y2p-87" parent="5U5C67nKqOTWsB8B-y2p-86" style="ellipse;whiteSpace=wrap;html=1;aspect=fixed;strokeWidth=1.5;fillStyle=solid;fillColor=#D9D9D9;rounded=1;" value="" vertex="1">
          <mxGeometry height="20" width="20" x="5.189999999999998" y="4" as="geometry" />
        </mxCell>
        <mxCell id="5U5C67nKqOTWsB8B-y2p-88" parent="5U5C67nKqOTWsB8B-y2p-86" style="verticalLabelPosition=bottom;verticalAlign=top;html=1;shape=mxgraph.basic.arc;startAngle=0.22449849456214957;endAngle=0.7768001258780505;rounded=1;strokeWidth=1.5;snapToPoint=1;" value="" vertex="1">
          <mxGeometry height="29.75" width="29.75" as="geometry" />
        </mxCell>
        <mxCell id="5U5C67nKqOTWsB8B-y2p-92" edge="1" parent="1" source="5U5C67nKqOTWsB8B-y2p-127" style="endArrow=none;html=1;rounded=0;fontSize=1.5;strokeWidth=1.5;exitX=0.5;exitY=0;exitDx=0;exitDy=0;entryX=0.568;entryY=1.001;entryDx=0;entryDy=0;entryPerimeter=0;" target="5U5C67nKqOTWsB8B-y2p-6" value="">
          <mxGeometry height="50" relative="1" width="50" as="geometry">
            <mxPoint x="540" y="389.75" as="sourcePoint" />
            <mxPoint x="620" y="320" as="targetPoint" />
          </mxGeometry>
        </mxCell>
        <mxCell id="5U5C67nKqOTWsB8B-y2p-93" edge="1" parent="1" source="5U5C67nKqOTWsB8B-y2p-31" style="endArrow=none;html=1;rounded=0;fontSize=1.5;strokeWidth=1.5;entryX=0.495;entryY=0.997;entryDx=0;entryDy=0;entryPerimeter=0;exitX=0.5;exitY=0;exitDx=0;exitDy=0;" target="5U5C67nKqOTWsB8B-y2p-88" value="">
          <mxGeometry height="50" relative="1" width="50" as="geometry">
            <mxPoint x="540" y="389.75" as="sourcePoint" />
            <mxPoint x="620" y="320" as="targetPoint" />
          </mxGeometry>
        </mxCell>
        <mxCell id="5U5C67nKqOTWsB8B-y2p-94" edge="1" parent="1" source="5U5C67nKqOTWsB8B-y2p-84" style="endArrow=none;html=1;rounded=0;fontSize=1.5;strokeWidth=1.5;exitX=0.467;exitY=1.013;exitDx=0;exitDy=0;exitPerimeter=0;edgeStyle=orthogonalEdgeStyle;" value="">
          <mxGeometry height="50" relative="1" width="50" as="geometry">
            <Array as="points">
              <mxPoint x="476" y="411" />
              <mxPoint x="510" y="411" />
              <mxPoint x="510" y="350" />
            </Array>
            <mxPoint x="440" y="319.75" as="sourcePoint" />
            <mxPoint x="530" y="350" as="targetPoint" />
          </mxGeometry>
        </mxCell>
        <mxCell id="5U5C67nKqOTWsB8B-y2p-95" connectable="0" parent="1" style="group;rotation=-180;" value="" vertex="1">
          <mxGeometry height="29.75" width="29.75" x="90.00000000000011" y="410" as="geometry" />
        </mxCell>
        <mxCell id="5U5C67nKqOTWsB8B-y2p-96" parent="5U5C67nKqOTWsB8B-y2p-95" style="ellipse;whiteSpace=wrap;html=1;aspect=fixed;strokeWidth=1.5;fillStyle=solid;fillColor=#D9D9D9;rounded=1;rotation=-180;" value="" vertex="1">
          <mxGeometry height="20" width="20" x="5" y="6" as="geometry" />
        </mxCell>
        <mxCell id="5U5C67nKqOTWsB8B-y2p-97" parent="5U5C67nKqOTWsB8B-y2p-95" style="verticalLabelPosition=bottom;verticalAlign=top;html=1;shape=mxgraph.basic.arc;startAngle=0.22449849456214957;endAngle=0.7768001258780505;rounded=1;strokeWidth=1.5;snapToPoint=1;rotation=-180;" value="" vertex="1">
          <mxGeometry height="29.75" width="29.75" as="geometry" />
        </mxCell>
        <mxCell id="5U5C67nKqOTWsB8B-y2p-98" edge="1" parent="1" source="5U5C67nKqOTWsB8B-y2p-117" style="endArrow=none;html=1;rounded=0;fontSize=1.5;strokeWidth=1.5;entryX=0;entryY=0.5;entryDx=0;entryDy=0;exitX=0.5;exitY=0;exitDx=0;exitDy=0;edgeStyle=orthogonalEdgeStyle;" target="5U5C67nKqOTWsB8B-y2p-36" value="">
          <mxGeometry height="50" relative="1" width="50" as="geometry">
            <mxPoint x="390" y="409.75" as="sourcePoint" />
            <mxPoint x="470" y="340" as="targetPoint" />
          </mxGeometry>
        </mxCell>
        <mxCell id="5U5C67nKqOTWsB8B-y2p-99" edge="1" parent="1" source="5U5C67nKqOTWsB8B-y2p-97" style="endArrow=none;html=1;rounded=0;fontSize=1.5;strokeWidth=1.5;exitX=0.496;exitY=0.986;exitDx=0;exitDy=0;exitPerimeter=0;entryX=0.5;entryY=1;entryDx=0;entryDy=0;edgeStyle=orthogonalEdgeStyle;" target="5U5C67nKqOTWsB8B-y2p-51" value="">
          <mxGeometry height="50" relative="1" width="50" as="geometry">
            <mxPoint x="390" y="409.75" as="sourcePoint" />
            <mxPoint x="470" y="340" as="targetPoint" />
          </mxGeometry>
        </mxCell>
        <mxCell id="5U5C67nKqOTWsB8B-y2p-100" connectable="0" parent="1" style="group;rotation=-180;" value="" vertex="1">
          <mxGeometry height="29.75" width="29.75" x="400.0000000000001" y="680" as="geometry" />
        </mxCell>
        <mxCell id="5U5C67nKqOTWsB8B-y2p-101" parent="5U5C67nKqOTWsB8B-y2p-100" style="ellipse;whiteSpace=wrap;html=1;aspect=fixed;strokeWidth=1.5;fillStyle=solid;fillColor=#D9D9D9;rounded=1;rotation=-180;" value="" vertex="1">
          <mxGeometry height="20" width="20" x="5" y="6" as="geometry" />
        </mxCell>
        <mxCell id="5U5C67nKqOTWsB8B-y2p-102" parent="5U5C67nKqOTWsB8B-y2p-100" style="verticalLabelPosition=bottom;verticalAlign=top;html=1;shape=mxgraph.basic.arc;startAngle=0.22449849456214957;endAngle=0.7768001258780505;rounded=1;strokeWidth=1.5;snapToPoint=1;rotation=-180;" value="" vertex="1">
          <mxGeometry height="29.75" width="29.75" as="geometry" />
        </mxCell>
        <mxCell id="5U5C67nKqOTWsB8B-y2p-103" edge="1" parent="1" source="5U5C67nKqOTWsB8B-y2p-36" style="endArrow=none;html=1;rounded=0;fontSize=1.5;strokeWidth=1.5;exitX=0.5;exitY=1;exitDx=0;exitDy=0;entryX=0.496;entryY=0.964;entryDx=0;entryDy=0;entryPerimeter=0;edgeStyle=orthogonalEdgeStyle;" target="5U5C67nKqOTWsB8B-y2p-102" value="">
          <mxGeometry height="50" relative="1" width="50" as="geometry">
            <mxPoint x="390" y="589.75" as="sourcePoint" />
            <mxPoint x="470" y="520" as="targetPoint" />
          </mxGeometry>
        </mxCell>
        <mxCell id="5U5C67nKqOTWsB8B-y2p-104" edge="1" parent="1" source="5U5C67nKqOTWsB8B-y2p-119" style="endArrow=none;html=1;rounded=0;fontSize=1.5;strokeWidth=1.5;exitX=0.5;exitY=0;exitDx=0;exitDy=0;entryX=0.5;entryY=0;entryDx=0;entryDy=0;edgeStyle=orthogonalEdgeStyle;" target="5U5C67nKqOTWsB8B-y2p-41" value="">
          <mxGeometry height="50" relative="1" width="50" as="geometry">
            <mxPoint x="390" y="589.75" as="sourcePoint" />
            <mxPoint x="470" y="520" as="targetPoint" />
          </mxGeometry>
        </mxCell>
        <mxCell id="5U5C67nKqOTWsB8B-y2p-105" connectable="0" parent="1" style="group;rotation=90;" value="" vertex="1">
          <mxGeometry height="29.75" width="29.75" x="390.0000000000001" y="770" as="geometry" />
        </mxCell>
        <mxCell id="5U5C67nKqOTWsB8B-y2p-106" parent="5U5C67nKqOTWsB8B-y2p-105" style="ellipse;whiteSpace=wrap;html=1;aspect=fixed;strokeWidth=1.5;fillStyle=solid;fillColor=#D9D9D9;rounded=1;rotation=90;" value="" vertex="1">
          <mxGeometry height="20" width="20" x="6" y="5" as="geometry" />
        </mxCell>
        <mxCell id="5U5C67nKqOTWsB8B-y2p-107" parent="5U5C67nKqOTWsB8B-y2p-105" style="verticalLabelPosition=bottom;verticalAlign=top;html=1;shape=mxgraph.basic.arc;startAngle=0.22449849456214957;endAngle=0.7768001258780505;rounded=1;strokeWidth=1.5;snapToPoint=1;rotation=90;" value="" vertex="1">
          <mxGeometry height="29.75" width="29.75" as="geometry" />
        </mxCell>
        <mxCell id="5U5C67nKqOTWsB8B-y2p-108" edge="1" parent="1" source="5U5C67nKqOTWsB8B-y2p-121" style="endArrow=none;html=1;rounded=0;fontSize=1.5;strokeWidth=1.5;entryX=0;entryY=0.5;entryDx=0;entryDy=0;exitX=0.5;exitY=0;exitDx=0;exitDy=0;" target="5U5C67nKqOTWsB8B-y2p-41" value="">
          <mxGeometry height="50" relative="1" width="50" as="geometry">
            <mxPoint x="390" y="589.75" as="sourcePoint" />
            <mxPoint x="470" y="520" as="targetPoint" />
          </mxGeometry>
        </mxCell>
        <mxCell id="5U5C67nKqOTWsB8B-y2p-109" edge="1" parent="1" source="5U5C67nKqOTWsB8B-y2p-46" style="endArrow=none;html=1;rounded=0;fontSize=1.5;strokeWidth=1.5;entryX=0.492;entryY=1.039;entryDx=0;entryDy=0;entryPerimeter=0;exitX=1;exitY=0.5;exitDx=0;exitDy=0;" target="5U5C67nKqOTWsB8B-y2p-107" value="">
          <mxGeometry height="50" relative="1" width="50" as="geometry">
            <mxPoint x="390" y="589.75" as="sourcePoint" />
            <mxPoint x="470" y="520" as="targetPoint" />
          </mxGeometry>
        </mxCell>
        <mxCell id="5U5C67nKqOTWsB8B-y2p-110" connectable="0" parent="1" style="group;rotation=-180;" value="" vertex="1">
          <mxGeometry height="29.75" width="29.75" x="60.000000000000114" y="650" as="geometry" />
        </mxCell>
        <mxCell id="5U5C67nKqOTWsB8B-y2p-111" parent="5U5C67nKqOTWsB8B-y2p-110" style="ellipse;whiteSpace=wrap;html=1;aspect=fixed;strokeWidth=1.5;fillStyle=solid;fillColor=#D9D9D9;rounded=1;rotation=-180;" value="" vertex="1">
          <mxGeometry height="20" width="20" x="5" y="6" as="geometry" />
        </mxCell>
        <mxCell id="5U5C67nKqOTWsB8B-y2p-112" parent="5U5C67nKqOTWsB8B-y2p-110" style="verticalLabelPosition=bottom;verticalAlign=top;html=1;shape=mxgraph.basic.arc;startAngle=0.22449849456214957;endAngle=0.7768001258780505;rounded=1;strokeWidth=1.5;snapToPoint=1;rotation=-180;" value="" vertex="1">
          <mxGeometry height="29.75" width="29.75" as="geometry" />
        </mxCell>
        <mxCell id="5U5C67nKqOTWsB8B-y2p-113" edge="1" parent="1" source="5U5C67nKqOTWsB8B-y2p-112" style="endArrow=none;html=1;rounded=0;fontSize=1.5;strokeWidth=1.5;entryX=0;entryY=0.5;entryDx=0;entryDy=0;exitX=0.522;exitY=1.031;exitDx=0;exitDy=0;exitPerimeter=0;edgeStyle=orthogonalEdgeStyle;" target="5U5C67nKqOTWsB8B-y2p-51" value="">
          <mxGeometry height="50" relative="1" width="50" as="geometry">
            <mxPoint x="450" y="469.75" as="sourcePoint" />
            <mxPoint x="530" y="400" as="targetPoint" />
          </mxGeometry>
        </mxCell>
        <mxCell id="5U5C67nKqOTWsB8B-y2p-114" edge="1" parent="1" source="5U5C67nKqOTWsB8B-y2p-123" style="endArrow=none;html=1;rounded=0;fontSize=1.5;strokeWidth=1.5;exitX=0.5;exitY=0;exitDx=0;exitDy=0;entryX=0.5;entryY=0;entryDx=0;entryDy=0;edgeStyle=orthogonalEdgeStyle;" target="5U5C67nKqOTWsB8B-y2p-46" value="">
          <mxGeometry height="50" relative="1" width="50" as="geometry">
            <mxPoint x="350" y="529.75" as="sourcePoint" />
            <mxPoint x="430" y="460" as="targetPoint" />
          </mxGeometry>
        </mxCell>
        <mxCell id="5U5C67nKqOTWsB8B-y2p-116" edge="1" parent="1" source="5U5C67nKqOTWsB8B-y2p-36" style="endArrow=none;html=1;rounded=0;fontSize=1.5;strokeWidth=1.5;entryX=0.5;entryY=0;entryDx=0;entryDy=0;exitX=1;exitY=0.5;exitDx=0;exitDy=0;edgeStyle=orthogonalEdgeStyle;" target="5U5C67nKqOTWsB8B-y2p-115" value="">
          <mxGeometry height="50" relative="1" width="50" as="geometry">
            <mxPoint x="396" y="605" as="sourcePoint" />
            <mxPoint x="475" y="496" as="targetPoint" />
          </mxGeometry>
        </mxCell>
        <mxCell id="5U5C67nKqOTWsB8B-y2p-115" parent="1" style="whiteSpace=wrap;html=1;aspect=fixed;strokeWidth=1.5;fillColor=#FFFFFF;rounded=1;" value="" vertex="1">
          <mxGeometry height="20" width="20" x="391.38" y="598.99" as="geometry" />
        </mxCell>
        <mxCell id="5U5C67nKqOTWsB8B-y2p-118" edge="1" parent="1" source="5U5C67nKqOTWsB8B-y2p-96" style="endArrow=none;html=1;rounded=0;fontSize=1.5;strokeWidth=1.5;entryX=0;entryY=0.5;entryDx=0;entryDy=0;exitX=0.5;exitY=0;exitDx=0;exitDy=0;edgeStyle=orthogonalEdgeStyle;" target="5U5C67nKqOTWsB8B-y2p-117" value="">
          <mxGeometry height="50" relative="1" width="50" as="geometry">
            <mxPoint x="105" y="436" as="sourcePoint" />
            <mxPoint x="175" y="605" as="targetPoint" />
          </mxGeometry>
        </mxCell>
        <mxCell id="5U5C67nKqOTWsB8B-y2p-117" parent="1" style="whiteSpace=wrap;html=1;aspect=fixed;strokeWidth=1.5;fillColor=#FFFFFF;rounded=1;" value="" vertex="1">
          <mxGeometry height="20" width="20" x="170" y="595" as="geometry" />
        </mxCell>
        <mxCell id="5U5C67nKqOTWsB8B-y2p-120" edge="1" parent="1" source="5U5C67nKqOTWsB8B-y2p-101" style="endArrow=none;html=1;rounded=0;fontSize=1.5;strokeWidth=1.5;exitX=0.5;exitY=0;exitDx=0;exitDy=0;entryX=0.5;entryY=0;entryDx=0;entryDy=0;edgeStyle=orthogonalEdgeStyle;" target="5U5C67nKqOTWsB8B-y2p-119" value="">
          <mxGeometry height="50" relative="1" width="50" as="geometry">
            <mxPoint x="415" y="706" as="sourcePoint" />
            <mxPoint x="561" y="740" as="targetPoint" />
          </mxGeometry>
        </mxCell>
        <mxCell id="5U5C67nKqOTWsB8B-y2p-119" parent="1" style="whiteSpace=wrap;html=1;aspect=fixed;strokeWidth=1.5;fillColor=#FFFFFF;rounded=1;" value="" vertex="1">
          <mxGeometry height="20" width="20" x="550" y="732.49" as="geometry" />
        </mxCell>
        <mxCell id="5U5C67nKqOTWsB8B-y2p-122" edge="1" parent="1" source="5U5C67nKqOTWsB8B-y2p-106" style="endArrow=none;html=1;rounded=0;fontSize=1.5;strokeWidth=1.5;entryX=0;entryY=0.5;entryDx=0;entryDy=0;exitX=0.5;exitY=0;exitDx=0;exitDy=0;" target="5U5C67nKqOTWsB8B-y2p-121" value="">
          <mxGeometry height="50" relative="1" width="50" as="geometry">
            <mxPoint x="416" y="785" as="sourcePoint" />
            <mxPoint x="450" y="785" as="targetPoint" />
          </mxGeometry>
        </mxCell>
        <mxCell id="5U5C67nKqOTWsB8B-y2p-121" parent="1" style="whiteSpace=wrap;html=1;aspect=fixed;strokeWidth=1.5;fillColor=#FFFFFF;rounded=1;" value="" vertex="1">
          <mxGeometry height="20" width="20" x="440" y="774.88" as="geometry" />
        </mxCell>
        <mxCell id="5U5C67nKqOTWsB8B-y2p-124" edge="1" parent="1" source="5U5C67nKqOTWsB8B-y2p-111" style="endArrow=none;html=1;rounded=0;fontSize=1.5;strokeWidth=1.5;exitX=0.5;exitY=0;exitDx=0;exitDy=0;entryX=0.5;entryY=0;entryDx=0;entryDy=0;edgeStyle=orthogonalEdgeStyle;" target="5U5C67nKqOTWsB8B-y2p-123" value="">
          <mxGeometry height="50" relative="1" width="50" as="geometry">
            <mxPoint x="75" y="676" as="sourcePoint" />
            <mxPoint x="246" y="740" as="targetPoint" />
          </mxGeometry>
        </mxCell>
        <mxCell id="5U5C67nKqOTWsB8B-y2p-123" parent="1" style="whiteSpace=wrap;html=1;aspect=fixed;strokeWidth=1.5;fillColor=#FFFFFF;rounded=1;" value="" vertex="1">
          <mxGeometry height="20" width="20" x="235.66" y="732.49" as="geometry" />
        </mxCell>
        <mxCell id="5U5C67nKqOTWsB8B-y2p-128" edge="1" parent="1" source="5U5C67nKqOTWsB8B-y2p-87" style="endArrow=none;html=1;rounded=0;fontSize=1.5;strokeWidth=1.5;exitX=0.5;exitY=0;exitDx=0;exitDy=0;entryX=0.568;entryY=1.001;entryDx=0;entryDy=0;entryPerimeter=0;" target="5U5C67nKqOTWsB8B-y2p-127" value="">
          <mxGeometry height="50" relative="1" width="50" as="geometry">
            <mxPoint x="675" y="484" as="sourcePoint" />
            <mxPoint x="676" y="430" as="targetPoint" />
          </mxGeometry>
        </mxCell>
        <mxCell id="5U5C67nKqOTWsB8B-y2p-127" parent="1" style="whiteSpace=wrap;html=1;aspect=fixed;strokeWidth=1.5;fillColor=#FFFFFF;rounded=1;" value="" vertex="1">
          <mxGeometry height="20" width="20" x="664.88" y="419.75" as="geometry" />
        </mxCell>
        <mxCell id="5U5C67nKqOTWsB8B-y2p-129" parent="1" style="whiteSpace=wrap;html=1;aspect=fixed;strokeWidth=1.5;fillColor=#FFFFFF;rounded=1;" value="" vertex="1">
          <mxGeometry height="20" width="20" x="770" y="340.75" as="geometry" />
        </mxCell>
        <mxCell id="5U5C67nKqOTWsB8B-y2p-130" edge="1" parent="1" source="5U5C67nKqOTWsB8B-y2p-129" style="endArrow=none;html=1;rounded=0;fontSize=1.5;strokeWidth=1.5;exitX=0;exitY=0.5;exitDx=0;exitDy=0;entryX=1;entryY=0.5;entryDx=0;entryDy=0;" target="5U5C67nKqOTWsB8B-y2p-26" value="">
          <mxGeometry height="50" relative="1" width="50" as="geometry">
            <mxPoint x="350" y="459.75" as="sourcePoint" />
            <mxPoint x="750" y="350" as="targetPoint" />
          </mxGeometry>
        </mxCell>
        <mxCell id="5U5C67nKqOTWsB8B-y2p-135" parent="1" style="ellipse;whiteSpace=wrap;html=1;strokeWidth=1.5;fillColor=#D9D9D9;" value="" vertex="1">
          <mxGeometry height="20" width="20" x="810" y="470" as="geometry" />
        </mxCell>
        <mxCell id="5U5C67nKqOTWsB8B-y2p-137" edge="1" parent="1" source="5U5C67nKqOTWsB8B-y2p-135" style="endArrow=none;html=1;rounded=0;fontSize=1.5;strokeWidth=1.5;entryX=1;entryY=0.5;entryDx=0;entryDy=0;exitX=0.5;exitY=0;exitDx=0;exitDy=0;edgeStyle=orthogonalEdgeStyle;" target="5U5C67nKqOTWsB8B-y2p-129" value="">
          <mxGeometry height="50" relative="1" width="50" as="geometry">
            <mxPoint x="550" y="519.75" as="sourcePoint" />
            <mxPoint x="630" y="450" as="targetPoint" />
          </mxGeometry>
        </mxCell>
        <mxCell id="5U5C67nKqOTWsB8B-y2p-138" parent="1" style="text;html=1;whiteSpace=wrap;strokeColor=none;fillColor=none;align=center;verticalAlign=middle;rounded=0;fontFamily=Arial;" value="&lt;div&gt;Candidate&lt;/div&gt;&lt;div&gt;Search&lt;/div&gt;" vertex="1">
          <mxGeometry height="30" width="60" x="781.3199999999999" y="490" as="geometry" />
        </mxCell>
        <mxCell id="5U5C67nKqOTWsB8B-y2p-139" parent="1" style="text;html=1;whiteSpace=wrap;strokeColor=none;fillColor=none;align=center;verticalAlign=middle;rounded=0;fontFamily=Arial;" value="&lt;div&gt;Save&lt;/div&gt;&lt;div&gt;Data&lt;/div&gt;" vertex="1">
          <mxGeometry height="30" width="60" x="684.88" y="479.75" as="geometry" />
        </mxCell>
        <mxCell id="5U5C67nKqOTWsB8B-y2p-140" parent="1" style="text;html=1;whiteSpace=wrap;strokeColor=none;fillColor=none;align=center;verticalAlign=middle;rounded=0;fontFamily=Arial;" value="Requires mandatory fields in Resume before submission" vertex="1">
          <mxGeometry height="30" width="60" x="450" y="660" as="geometry" />
        </mxCell>
        <mxCell id="5U5C67nKqOTWsB8B-y2p-141" parent="1" style="text;html=1;whiteSpace=wrap;strokeColor=none;fillColor=none;align=center;verticalAlign=middle;rounded=0;fontFamily=Arial;" value="Sends resume form back to user when they fail to complete the mandatory fields" vertex="1">
          <mxGeometry height="30" width="60" x="371.38" y="860" as="geometry" />
        </mxCell>
        <mxCell id="5U5C67nKqOTWsB8B-y2p-142" parent="1" style="text;html=1;whiteSpace=wrap;strokeColor=none;fillColor=none;align=center;verticalAlign=middle;rounded=0;fontFamily=Arial;" value="Prompt user when invalid submission" vertex="1">
          <mxGeometry height="30" width="60" x="89.75" y="649.75" as="geometry" />
        </mxCell>
        <mxCell id="5U5C67nKqOTWsB8B-y2p-143" parent="1" style="text;html=1;whiteSpace=wrap;strokeColor=none;fillColor=none;align=center;verticalAlign=middle;rounded=0;fontFamily=Arial;" value="&lt;div&gt;Submit&lt;/div&gt;&lt;div&gt;Resume&lt;/div&gt;" vertex="1">
          <mxGeometry height="30" width="60" x="110" y="440" as="geometry" />
        </mxCell>
        <mxCell id="5U5C67nKqOTWsB8B-y2p-144" parent="1" style="text;html=1;whiteSpace=wrap;strokeColor=none;fillColor=none;align=center;verticalAlign=middle;rounded=0;fontFamily=Arial;" value="Enter information" vertex="1">
          <mxGeometry height="30" width="60" x="75" y="145.37" as="geometry" />
        </mxCell>
        <mxCell id="5U5C67nKqOTWsB8B-y2p-146" parent="1" style="text;html=1;whiteSpace=wrap;strokeColor=none;fillColor=none;align=center;verticalAlign=middle;rounded=0;fontFamily=Arial;" value="Client Port" vertex="1">
          <mxGeometry height="30" width="60" x="10" y="160" as="geometry" />
        </mxCell>
        <mxCell id="5U5C67nKqOTWsB8B-y2p-147" parent="1" style="text;html=1;whiteSpace=wrap;strokeColor=none;fillColor=none;align=center;verticalAlign=middle;rounded=0;fontFamily=Arial;" value="Submit form" vertex="1">
          <mxGeometry height="30" width="60" x="489.75" y="470" as="geometry" />
        </mxCell>
      </root>
    </mxGraphModel>
  </diagram>
</mxfile>
